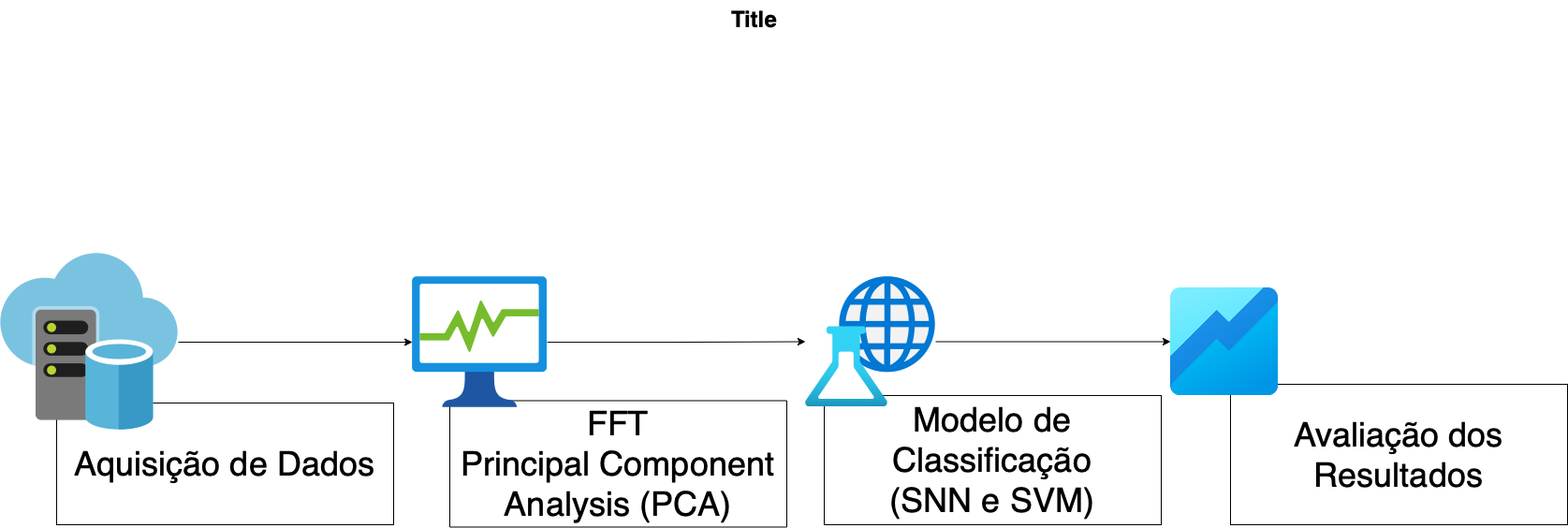
Above: Pipeline.drawio.png in fefilizzola/HIML_TrabalhoFinal (draw.io), before the change. Source tidied: cells renumbered, new cells last; positions are measured from the earlier drawing's top-left corner, leaving out a move shared by most shapes.
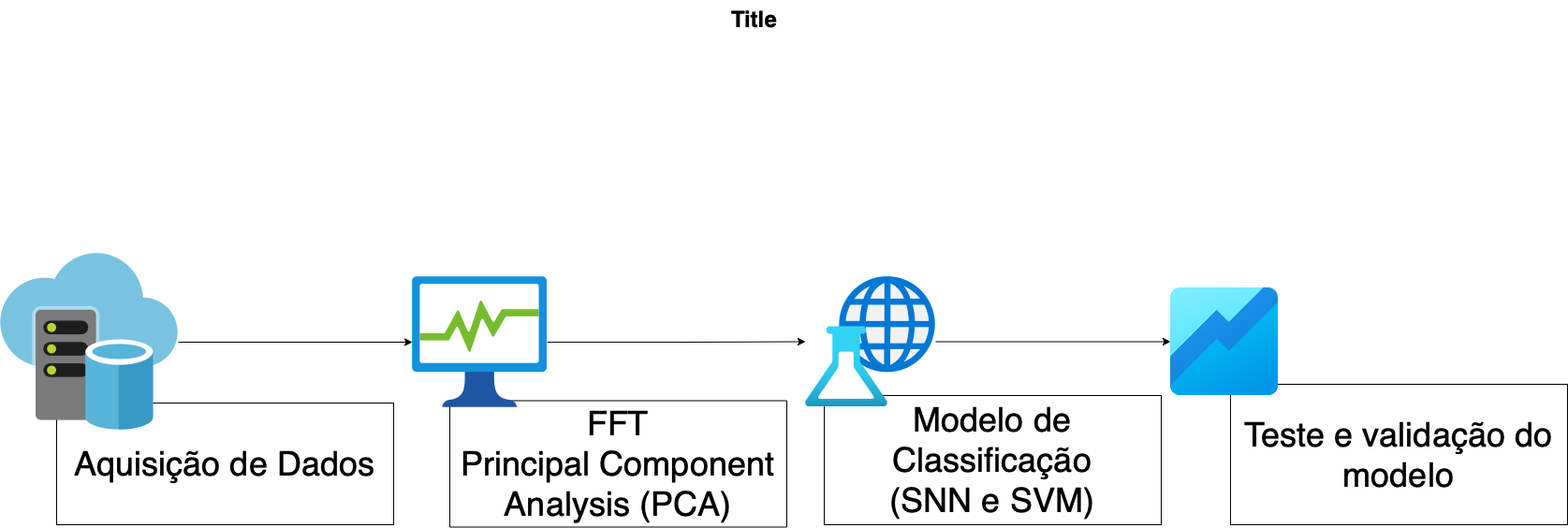
The same file after the commit.

Diff of the diagram source:
```diff
@@ -32,7 +32,7 @@
     <mxCell id="11" style="html=1;points=[];align=center;image;fontSize=12;image=img/lib/azure2/ai_machine_learning/Machine_Learning_Studio_Classic_Web_Services.svg;" parent="1" vertex="1">
       <mxGeometry x="860" y="295" width="139" height="139" as="geometry" />
     </mxCell>
-    <mxCell id="12" value="&lt;font style=&quot;font-size: 36px;&quot;&gt;Avaliação dos Resultados&lt;br&gt;&lt;/font&gt;" style="rounded=0;whiteSpace=wrap;html=1;" parent="1" vertex="1">
+    <mxCell id="12" value="&lt;font style=&quot;font-size: 36px;&quot;&gt;Teste e validação do modelo&lt;br&gt;&lt;/font&gt;" style="rounded=0;whiteSpace=wrap;html=1;" parent="1" vertex="1">
       <mxGeometry x="1314" y="410" width="360" height="150" as="geometry" />
     </mxCell>
     <mxCell id="13" style="html=1;points=[];align=center;image;fontSize=12;image=img/lib/azure2/preview/Azure_Workbooks.svg;" parent="1" vertex="1">
```
